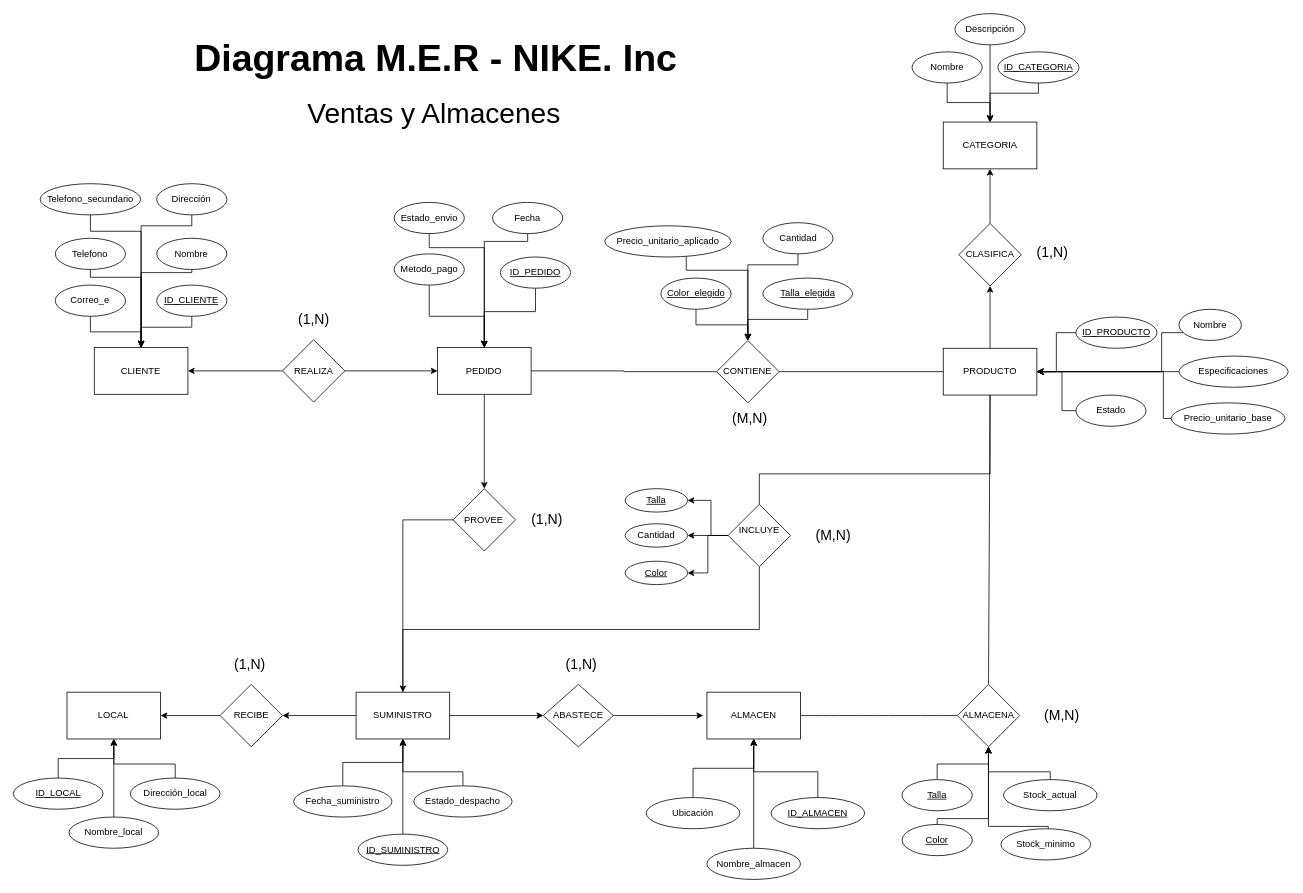
Above: nivel_conceptual/Diagrama MER (NIKE) - GRUPO 5.drawio in FLEMCR/Proyecto-Base-de-Datos-Relacionales-NIKE.Inc (draw.io), before the change. Source tidied: cells renumbered, new cells numbered last; positions are measured from the earlier drawing's top-left corner, leaving out a move shared by most shapes. Both pictures are drawn from the tidied source at 78%, with x=0, y=0 at pixel (13, 13).
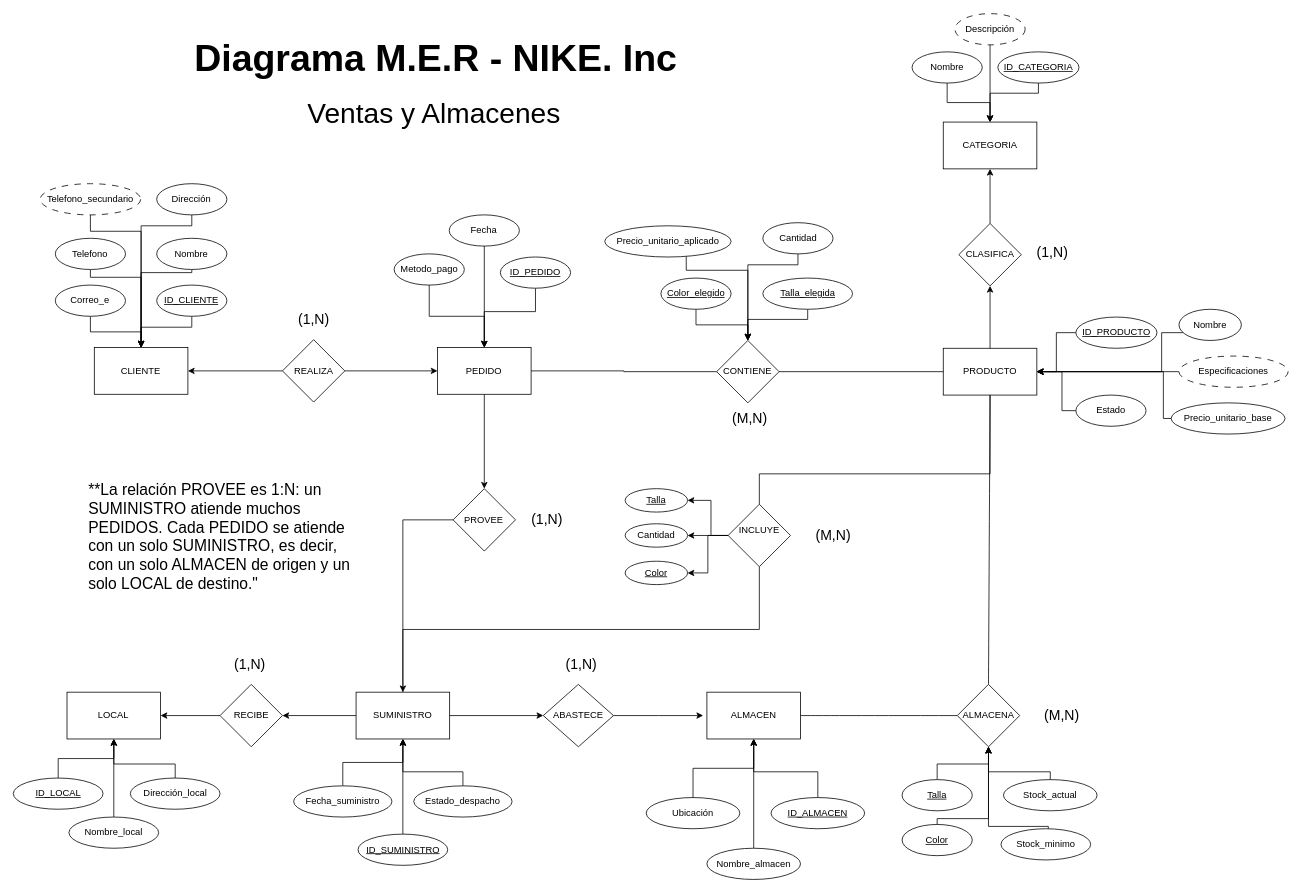
The same page after the edit.

Unchanged cells that the change refers to:
```xml
<mxCell id="11" value="PEDIDO" style="rounded=0;whiteSpace=wrap;html=1;labelBackgroundColor=none;" parent="1" vertex="1">
  <mxGeometry x="543.4" y="428" width="120" height="60" as="geometry" />
</mxCell>
<mxCell id="100" value="SUMINISTRO" style="rounded=0;whiteSpace=wrap;html=1;" parent="1" vertex="1">
  <mxGeometry x="439" y="869.9" width="120" height="60" as="geometry" />
</mxCell>
<mxCell id="112" value="PROVEE" style="rhombus;whiteSpace=wrap;html=1;shapeInside=1;rounded=0;" parent="1" vertex="1">
  <mxGeometry x="563.4" y="609" width="80" height="80" as="geometry" />
</mxCell>
```

Diff of the diagram source:
```diff
@@
-    <mxCell id="10" style="edgeStyle=orthogonalEdgeStyle;jettySize=auto;html=1;entryX=0.5;entryY=0;entryDx=0;entryDy=0;rounded=0;" parent="1" edge="1" source="11" target="112">
+    <mxCell id="10" style="edgeStyle=orthogonalEdgeStyle;jettySize=auto;html=1;entryX=0.5;entryY=0;entryDx=0;entryDy=0;rounded=0;startArrow=none;startFill=0;endArrow=classic;endFill=1;" parent="1" edge="1" source="11" target="112">
       <mxGeometry relative="1" as="geometry" />
     </mxCell>
@@
-    <mxCell id="23" value="Descripción" style="ellipse;whiteSpace=wrap;html=1;labelBackgroundColor=none;rounded=0;" parent="1" vertex="1">
+    <mxCell id="23" value="Descripción" style="ellipse;whiteSpace=wrap;html=1;labelBackgroundColor=none;rounded=0;dashed=1;dashPattern=8 8;" parent="1" vertex="1">
       <mxGeometry x="1206.8" width="90" height="40" as="geometry" />
     </mxCell>
-    <mxCell id="24" style="edgeStyle=orthogonalEdgeStyle;jettySize=auto;html=1;rounded=0;" parent="1" edge="1" source="25" target="11">
-      <mxGeometry relative="1" as="geometry">
-        <Array as="points">
-          <mxPoint x="532.8" y="300" />
-          <mxPoint x="603.4" y="300" />
-        </Array>
-      </mxGeometry>
-    </mxCell>
-    <mxCell id="25" value="Estado_envio" style="ellipse;whiteSpace=wrap;html=1;labelBackgroundColor=none;rounded=0;" parent="1" vertex="1">
-      <mxGeometry x="487.8" y="242" width="90" height="40" as="geometry" />
-    </mxCell>
-    <mxCell id="26" style="edgeStyle=orthogonalEdgeStyle;jettySize=auto;html=1;entryX=0.5;entryY=0;entryDx=0;entryDy=0;rounded=0;" parent="1" edge="1" source="27" target="11">
-      <mxGeometry relative="1" as="geometry">
+    <mxCell id="26" style="edgeStyle=orthogonalEdgeStyle;jettySize=auto;html=1;entryX=0.5;entryY=0;entryDx=0;entryDy=0;rounded=0;exitX=0.5;exitY=1;exitDx=0;exitDy=0;" parent="1" edge="1" source="27" target="11">
+      <mxGeometry x="0.09" relative="1" as="geometry">
         <Array as="points">
-          <mxPoint x="659" y="292" />
-          <mxPoint x="603.4" y="292" />
+          <mxPoint x="604" y="273" />
+          <mxPoint x="604" y="292" />
         </Array>
       </mxGeometry>
     </mxCell>
     <mxCell id="27" value="Fecha" style="ellipse;whiteSpace=wrap;html=1;labelBackgroundColor=none;rounded=0;" parent="1" vertex="1">
-      <mxGeometry x="614" y="242" width="90" height="40" as="geometry" />
+      <mxGeometry x="558.4" y="258" width="90" height="40" as="geometry" />
     </mxCell>
@@
-    <mxCell id="59" value="Especificaciones" style="ellipse;whiteSpace=wrap;html=1;labelBackgroundColor=none;rounded=0;" parent="1" vertex="1">
+    <mxCell id="59" value="Especificaciones" style="ellipse;whiteSpace=wrap;html=1;labelBackgroundColor=none;rounded=0;dashed=1;dashPattern=8 8;" parent="1" vertex="1">
       <mxGeometry x="1494" y="439" width="140" height="40" as="geometry" />
     </mxCell>
@@
-    <mxCell id="94" value="Telefono_secundario" style="ellipse;whiteSpace=wrap;html=1;labelBackgroundColor=none;rounded=0;" parent="1" vertex="1">
+    <mxCell id="94" value="Telefono_secundario" style="ellipse;whiteSpace=wrap;html=1;labelBackgroundColor=none;rounded=0;dashed=1;dashPattern=8 8;" parent="1" vertex="1">
       <mxGeometry x="34" y="218" width="128.8" height="40" as="geometry" />
     </mxCell>
@@
-    <mxCell id="111" style="edgeStyle=orthogonalEdgeStyle;jettySize=auto;html=1;rounded=0;" parent="1" edge="1" source="112" target="100">
+    <mxCell id="111" style="edgeStyle=orthogonalEdgeStyle;jettySize=auto;html=1;rounded=0;startArrow=none;startFill=0;endArrow=classic;endFill=1;" parent="1" edge="1" source="112" target="100">
       <mxGeometry relative="1" as="geometry" />
     </mxCell>
@@
+    <mxCell id="119" value="**La relación PROVEE es 1:N: un SUMINISTRO atiende muchos PEDIDOS. Cada PEDIDO se atiende con un solo SUMINISTRO, es decir, con un solo ALMACEN de origen y un solo LOCAL de destino.&quot;" style="text;whiteSpace=wrap;fontSize=20;" parent="1" vertex="1">
+      <mxGeometry x="94" y="592" width="340" height="213" as="geometry" />
+    </mxCell>
```
